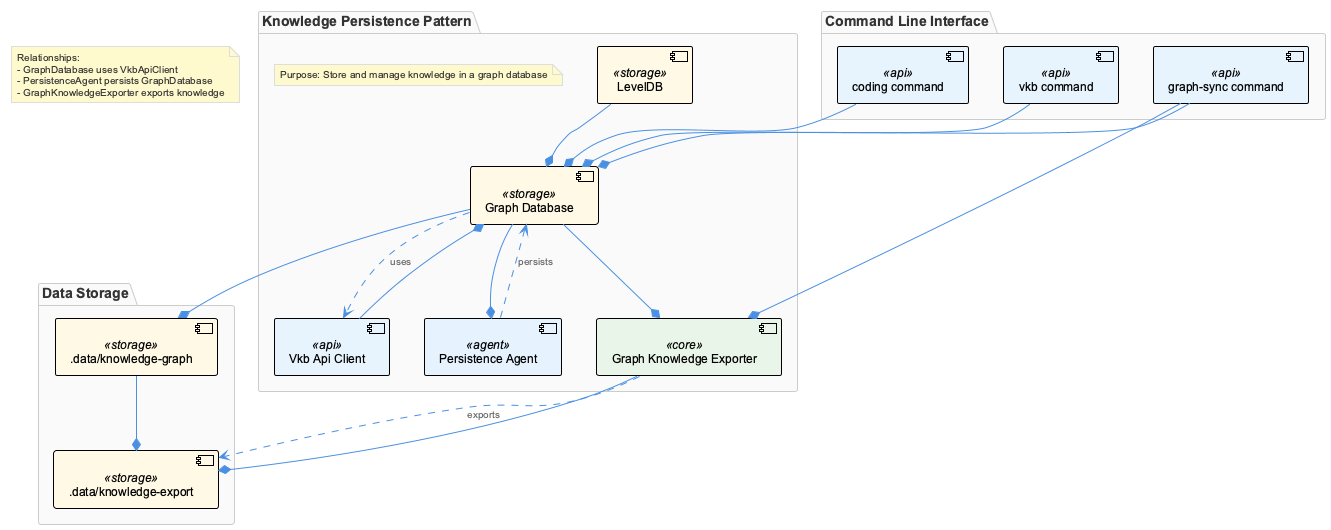
fwornle/coding keeps this PlantUML diagram as knowledge-management/insights/images/knowledge-persistence-pattern-architecture.png. Above is the earlier version.
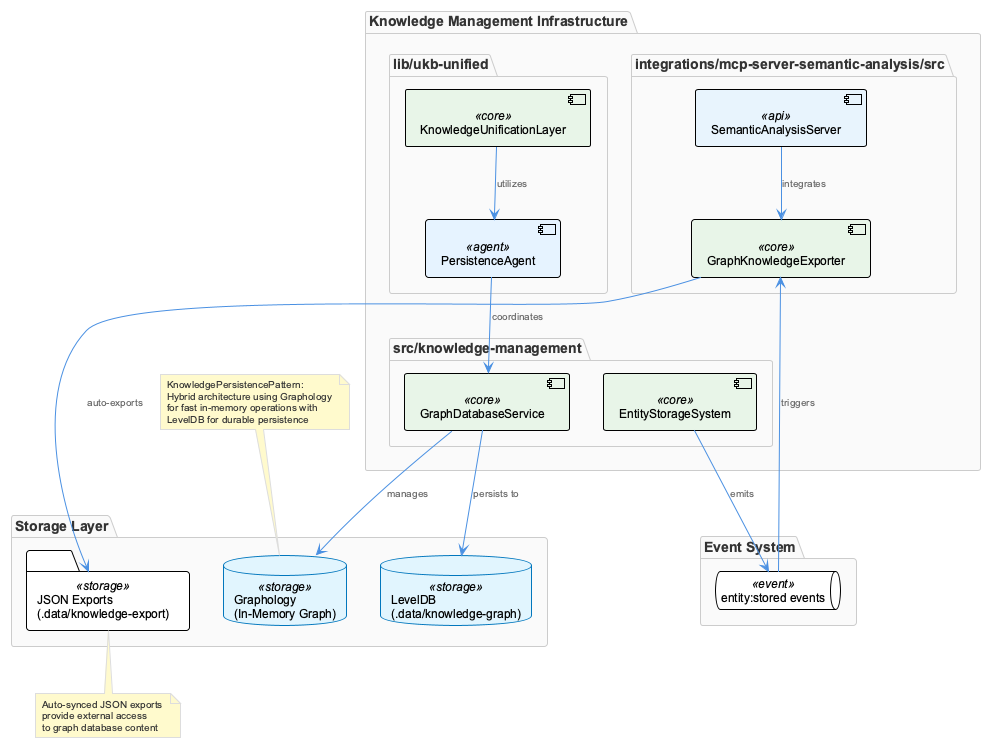
Above is the later version.

Diff of the diagram source:
```diff
@@ -1,50 +1,53 @@
 @startuml
 !include /Users/q284340/Agentic/coding/docs/puml/_standard-style.puml
 
-package "Knowledge Persistence Pattern" {
-  note as AutoNote2
-    Purpose: Store and manage knowledge in a graph database
-  end note
-  component GraphDatabase <<storage>> as "Graph Database"
-  component LevelDB <<storage>> as "LevelDB"
-  component GraphKnowledgeExporter <<core>> as "Graph Knowledge Exporter"
-  component PersistenceAgent <<agent>> as "Persistence Agent"
-  component VkbApiClient <<api>> as "Vkb Api Client"
+package "Knowledge Management Infrastructure" {
+    package "src/knowledge-management" {
+        component "GraphDatabaseService" <<core>> as GDS
+        component "EntityStorageSystem" <<core>> as ESS
+    }
 
-  GraphDatabase --* GraphKnowledgeExporter
-  GraphDatabase --* PersistenceAgent
-  LevelDB --* GraphDatabase
-  VkbApiClient --* GraphDatabase
+    package "lib/ukb-unified" {
+        component "PersistenceAgent" <<agent>> as PA
+        component "KnowledgeUnificationLayer" <<core>> as KUL
+    }
+
+    package "integrations/mcp-server-semantic-analysis/src" {
+        component "GraphKnowledgeExporter" <<core>> as GKE
+        component "SemanticAnalysisServer" <<api>> as SAS
+    }
 }
 
-package "Command Line Interface" {
-  component vkb <<api>> as "vkb command"
-  component coding <<api>> as "coding command"
-  component graph_sync <<api>> as "graph-sync command"
-  vkb --* GraphDatabase
-  coding --* GraphDatabase
-  graph_sync --* GraphDatabase
-  graph_sync --* GraphKnowledgeExporter
+package "Storage Layer" {
+    database "Graphology\n(In-Memory Graph)" <<storage>> as GRAPH
+    database "LevelDB\n(.data/knowledge-graph)" <<storage>> as LEVELDB
+    folder "JSON Exports\n(.data/knowledge-export)" <<storage>> as JSON_EXPORT
 }
 
-package "Data Storage" {
-  component knowledge_graph <<storage>> as ".data/knowledge-graph"
-  component knowledge_export <<storage>> as ".data/knowledge-export"
-
-  GraphDatabase --* knowledge_graph
-  GraphKnowledgeExporter --* knowledge_export
-  knowledge_graph --* knowledge_export
+package "Event System" {
+    queue "entity:stored events" <<event>> as EVENTS
 }
 
-GraphDatabase ..> VkbApiClient : uses
-PersistenceAgent ..> GraphDatabase : persists
-GraphKnowledgeExporter ..> knowledge_export : exports
+GDS --> GRAPH : manages
+GDS --> LEVELDB : persists to
+ESS --> EVENTS : emits
+EVENTS --> GKE : triggers
+GKE --> JSON_EXPORT : auto-exports
+PA --> GDS : coordinates
+KUL --> PA : utilizes
+SAS --> GKE : integrates
 
-note as AutoNote1
-  Relationships:
-  - GraphDatabase uses VkbApiClient
-  - PersistenceAgent persists GraphDatabase
-  - GraphKnowledgeExporter exports knowledge
+note top of GRAPH
+KnowledgePersistencePattern:
+Hybrid architecture using Graphology
+for fast in-memory operations with
+LevelDB for durable persistence
+end note
+
+note bottom of JSON_EXPORT
+Auto-synced JSON exports
+provide external access
+to graph database content
 end note
 
 @enduml
```
